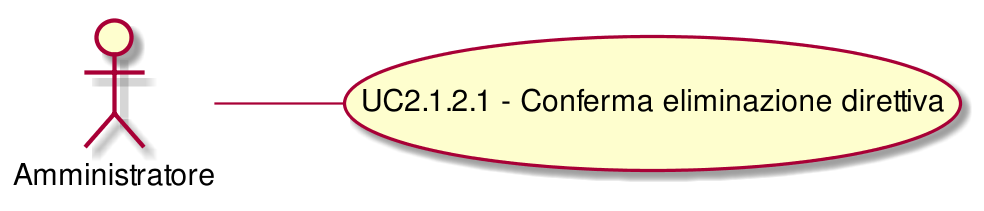
The PlantUML diagram RR/Esterni/AnalisiDeiRequisiti/images/UseCaseUC212.png in CoCodeSWE/Docs, before a commit.
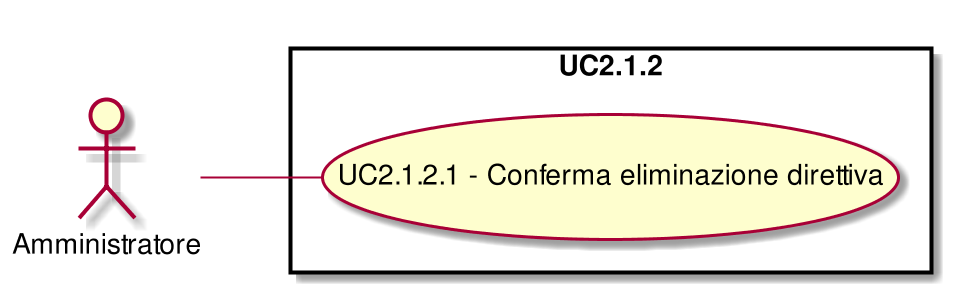
The same file after the commit.

The edit, as a diff of the source:
```diff
@@ -1,6 +1,10 @@
 @startuml
 scale 1000*1000
 left to right direction
+skinparam packageStyle rect
+:Amministratore:
+rectangle UC2.1.2{
 ( UC2.1.2.1 - Conferma eliminazione direttiva ) as (UC2.1.2.1)
 :Amministratore:--(UC2.1.2.1)
+}
 @enduml
```
